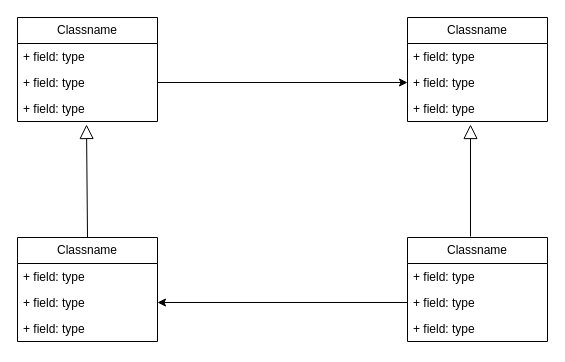
Before: Observer.drawio in JorgeADnro/Torres, a draw.io diagram. Source tidied: cells renumbered, new cells numbered last; positions are measured from the earlier drawing's top-left corner, leaving out a move shared by most shapes. Both pictures are drawn from the tidied source at 100%, with x=0, y=0 at pixel (17, 17).
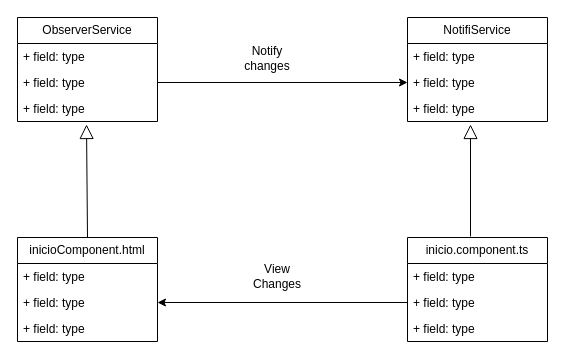
The same page after the edit.

Diff of the diagram source:
```diff
@@
-    <mxCell id="2" value="Classname" style="swimlane;fontStyle=0;horizontal=1;startSize=26;fillColor=none;whiteSpace=wrap;html=1;" parent="1" vertex="1">
+    <mxCell id="2" value="ObserverService" style="swimlane;fontStyle=0;horizontal=1;startSize=26;fillColor=none;whiteSpace=wrap;html=1;" parent="1" vertex="1">
       <mxGeometry width="140" height="104" as="geometry" />
     </mxCell>
@@
-    <mxCell id="6" value="Classname" style="swimlane;fontStyle=0;horizontal=1;startSize=26;fillColor=none;whiteSpace=wrap;html=1;" parent="1" vertex="1">
+    <mxCell id="6" value="NotifiService" style="swimlane;fontStyle=0;horizontal=1;startSize=26;fillColor=none;whiteSpace=wrap;html=1;" parent="1" vertex="1">
       <mxGeometry x="390" width="140" height="104" as="geometry" />
     </mxCell>
@@
-    <mxCell id="10" value="Classname" style="swimlane;fontStyle=0;horizontal=1;startSize=26;fillColor=none;whiteSpace=wrap;html=1;" parent="1" vertex="1">
+    <mxCell id="10" value="inicioComponent.html" style="swimlane;fontStyle=0;horizontal=1;startSize=26;fillColor=none;whiteSpace=wrap;html=1;" parent="1" vertex="1">
       <mxGeometry y="220" width="140" height="104" as="geometry" />
     </mxCell>
@@
-    <mxCell id="14" value="Classname" style="swimlane;fontStyle=0;horizontal=1;startSize=26;fillColor=none;whiteSpace=wrap;html=1;" parent="1" vertex="1">
+    <mxCell id="14" value="inicio.component.ts" style="swimlane;fontStyle=0;horizontal=1;startSize=26;fillColor=none;whiteSpace=wrap;html=1;" parent="1" vertex="1">
       <mxGeometry x="390" y="220" width="140" height="104" as="geometry" />
     </mxCell>
@@
+    <mxCell id="22" value="Notify changes" style="text;html=1;strokeColor=none;fillColor=none;align=center;verticalAlign=middle;whiteSpace=wrap;rounded=0;" parent="1" vertex="1">
+      <mxGeometry x="220" y="26" width="60" height="30" as="geometry" />
+    </mxCell>
+    <mxCell id="23" value="View Changes" style="text;html=1;strokeColor=none;fillColor=none;align=center;verticalAlign=middle;whiteSpace=wrap;rounded=0;" parent="1" vertex="1">
+      <mxGeometry x="230" y="244" width="60" height="30" as="geometry" />
+    </mxCell>
```
